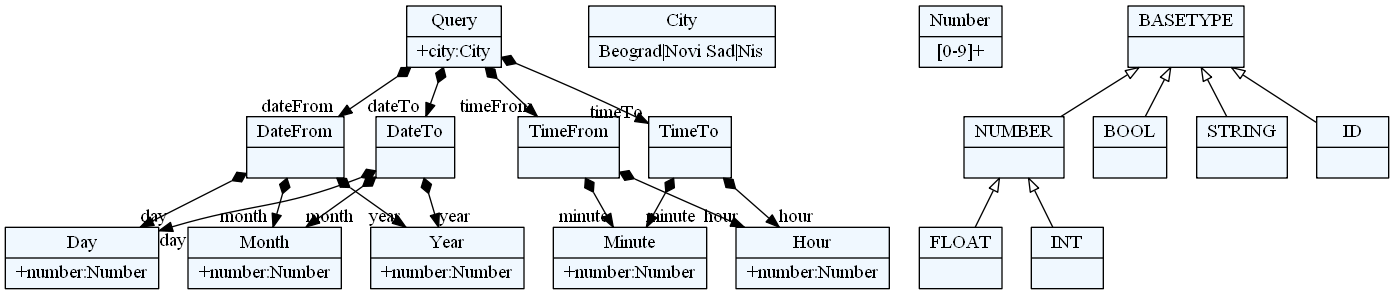
This is textXGrammar/grammar.png from ftnE2-tim1-2016-17/jsd, a Graphviz export, as it was before one commit. Its source is kept beside it as textXGrammar/grammar.dot.
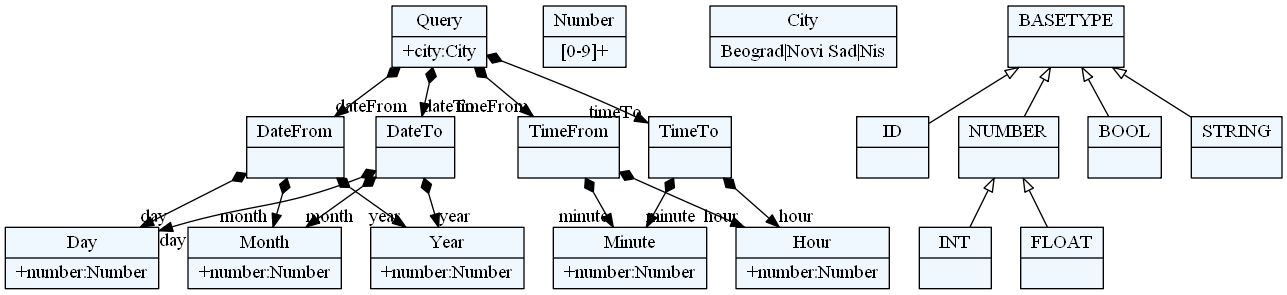
Above is the later version.

What changed in the source:
```diff
@@ -10,63 +10,63 @@
     edge[dir=black,arrowtail=empty]
 
 
-62285616 -> 62286512[arrowtail=diamond, dir=both, headlabel="dateFrom "]
-62285616 -> 62432176[arrowtail=diamond, dir=both, headlabel="timeFrom "]
-62285616 -> 62433520[arrowtail=diamond, dir=both, headlabel="dateTo "]
-62285616 -> 62433968[arrowtail=diamond, dir=both, headlabel="timeTo "]
-62285616[ label="{Query|+city:City\l}"]
+56448816 -> 56449712[arrowtail=diamond, dir=both, headlabel="dateFrom "]
+56448816 -> 56595376[arrowtail=diamond, dir=both, headlabel="timeFrom "]
+56448816 -> 56596720[arrowtail=diamond, dir=both, headlabel="dateTo "]
+56448816 -> 56597168[arrowtail=diamond, dir=both, headlabel="timeTo "]
+56448816[ label="{Query|+city:City\l}"]
 
-62286064[ label="{City|Beograd\|Novi Sad\|Nis}"]
+56450160[ label="{Day|+number:Number\l}"]
 
-62286960[ label="{Day|+number:Number\l}"]
+56594928[ label="{Number|[0-9]+}"]
 
-62433520 -> 62286960[arrowtail=diamond, dir=both, headlabel="day "]
-62433520 -> 62287408[arrowtail=diamond, dir=both, headlabel="month "]
-62433520 -> 62431280[arrowtail=diamond, dir=both, headlabel="year "]
-62433520[ label="{DateTo|}"]
+56595376 -> 56595824[arrowtail=diamond, dir=both, headlabel="hour "]
+56595376 -> 56596272[arrowtail=diamond, dir=both, headlabel="minute "]
+56595376[ label="{TimeFrom|}"]
 
-62286512 -> 62286960[arrowtail=diamond, dir=both, headlabel="day "]
-62286512 -> 62287408[arrowtail=diamond, dir=both, headlabel="month "]
-62286512 -> 62431280[arrowtail=diamond, dir=both, headlabel="year "]
-62286512[ label="{DateFrom|}"]
+56450608[ label="{Month|+number:Number\l}"]
 
-62432624[ label="{Hour|+number:Number\l}"]
+56597168 -> 56595824[arrowtail=diamond, dir=both, headlabel="hour "]
+56597168 -> 56596272[arrowtail=diamond, dir=both, headlabel="minute "]
+56597168[ label="{TimeTo|}"]
 
-62287408[ label="{Month|+number:Number\l}"]
+56449712 -> 56450160[arrowtail=diamond, dir=both, headlabel="day "]
+56449712 -> 56450608[arrowtail=diamond, dir=both, headlabel="month "]
+56449712 -> 56594480[arrowtail=diamond, dir=both, headlabel="year "]
+56449712[ label="{DateFrom|}"]
 
-62431728[ label="{Number|[0-9]+}"]
+56596720 -> 56450160[arrowtail=diamond, dir=both, headlabel="day "]
+56596720 -> 56450608[arrowtail=diamond, dir=both, headlabel="month "]
+56596720 -> 56594480[arrowtail=diamond, dir=both, headlabel="year "]
+56596720[ label="{DateTo|}"]
 
-62431280[ label="{Year|+number:Number\l}"]
+56595824[ label="{Hour|+number:Number\l}"]
 
-62433072[ label="{Minute|+number:Number\l}"]
+56594480[ label="{Year|+number:Number\l}"]
 
-62433968 -> 62432624[arrowtail=diamond, dir=both, headlabel="hour "]
-62433968 -> 62433072[arrowtail=diamond, dir=both, headlabel="minute "]
-62433968[ label="{TimeTo|}"]
+56596272[ label="{Minute|+number:Number\l}"]
 
-62432176 -> 62432624[arrowtail=diamond, dir=both, headlabel="hour "]
-62432176 -> 62433072[arrowtail=diamond, dir=both, headlabel="minute "]
-62432176[ label="{TimeFrom|}"]
+56449264[ label="{City|Beograd\|Novi Sad\|Nis}"]
 
-62284272[ label="{NUMBER|}"]
-62284272 -> 62283824 [dir=back]
-62284272 -> 62271024 [dir=back]
+56438320[ label="{INT|}"]
 
-62270576[ label="{BOOL|}"]
+56436976[ label="{ID|}"]
 
-62271024[ label="{INT|}"]
+56447920[ label="{BASETYPE|}"]
+56447920 -> 56447472 [dir=back]
+56447920 -> 56437872 [dir=back]
+56447920 -> 56436976 [dir=back]
+56447920 -> 56437424 [dir=back]
 
-62270128[ label="{STRING|}"]
+56437424[ label="{STRING|}"]
 
-62284720[ label="{BASETYPE|}"]
-62284720 -> 62284272 [dir=back]
-62284720 -> 62270576 [dir=back]
-62284720 -> 62269680 [dir=back]
-62284720 -> 62270128 [dir=back]
+56447472[ label="{NUMBER|}"]
+56447472 -> 56447024 [dir=back]
+56447472 -> 56438320 [dir=back]
 
-62283824[ label="{FLOAT|}"]
+56437872[ label="{BOOL|}"]
 
-62269680[ label="{ID|}"]
+56447024[ label="{FLOAT|}"]
 
 
 }
```
